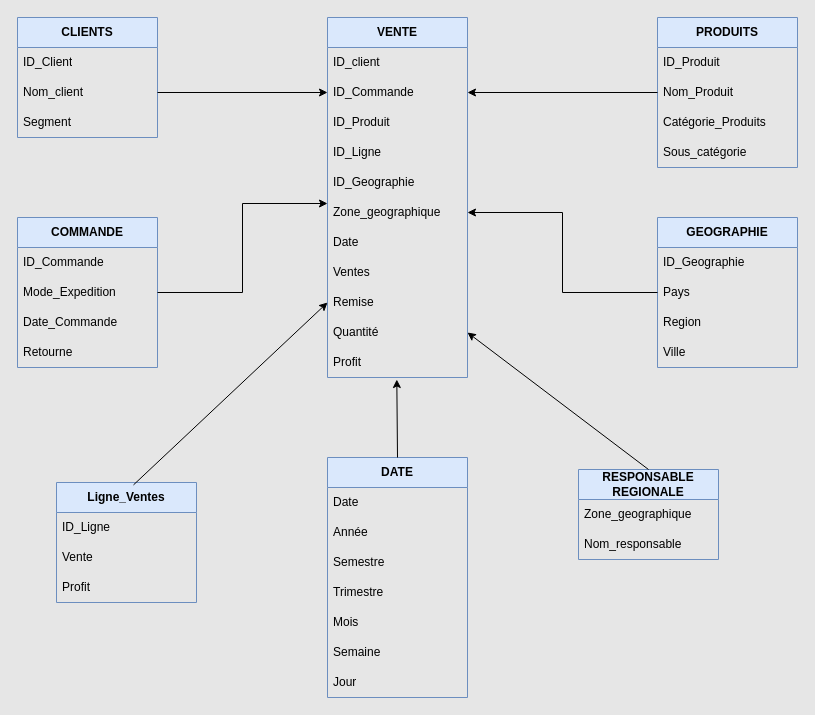
Before: Hypermarket Project/Resources/HypermarketDatamart.drawio in christart-code/BI, a draw.io diagram. Source tidied: cells renumbered, new cells numbered last; positions are measured from the earlier drawing's top-left corner, leaving out a move shared by most shapes. Both pictures are drawn from the tidied source at 100%, with x=0, y=0 at pixel (17, 17).
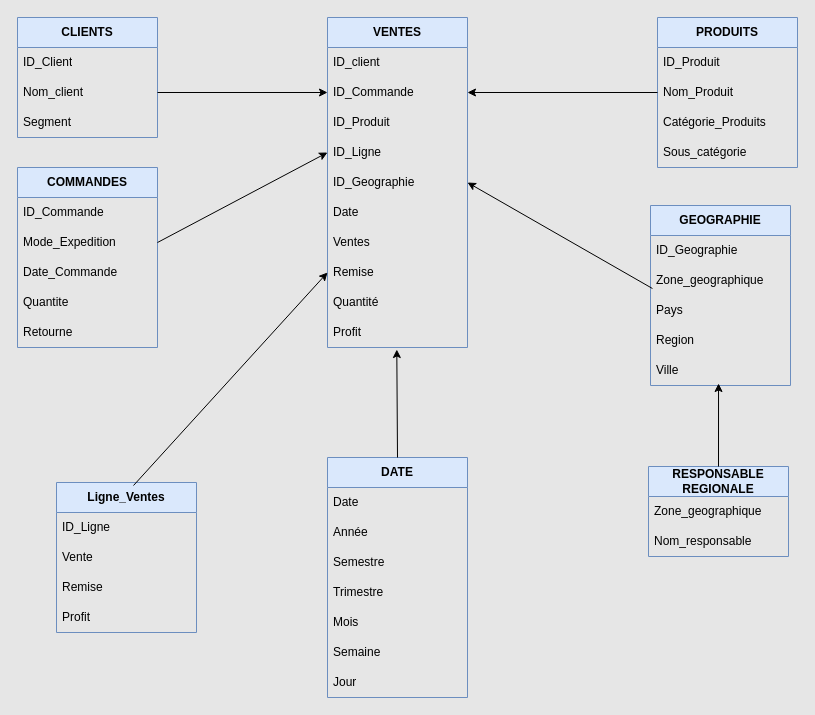
The same page after the edit.

Commit message:
Mettre à jour HypermarketDatamart.drawio

The change refers to these unchanged cells:
```xml
<mxCell id="6" value="ID_Ligne" style="text;strokeColor=none;fillColor=none;align=left;verticalAlign=middle;spacingLeft=4;spacingRight=4;overflow=hidden;points=[[0,0.5],[1,0.5]];portConstraint=eastwest;whiteSpace=wrap;html=1;" parent="2" vertex="1">
  <mxGeometry y="120" width="140" height="30" as="geometry" />
</mxCell>
<mxCell id="7" value="ID_Geographie" style="text;strokeColor=none;fillColor=none;align=left;verticalAlign=middle;spacingLeft=4;spacingRight=4;overflow=hidden;points=[[0,0.5],[1,0.5]];portConstraint=eastwest;whiteSpace=wrap;html=1;" parent="2" vertex="1">
  <mxGeometry y="150" width="140" height="30" as="geometry" />
</mxCell>
<mxCell id="25" value="Mode_Expedition" style="text;strokeColor=none;fillColor=none;align=left;verticalAlign=middle;spacingLeft=4;spacingRight=4;overflow=hidden;points=[[0,0.5],[1,0.5]];portConstraint=eastwest;whiteSpace=wrap;html=1;" parent="23" vertex="1">
  <mxGeometry y="60" width="140" height="30" as="geometry" />
</mxCell>
```

Diff of the diagram source:
```diff
@@
-    <mxCell id="2" value="VENTE" style="swimlane;fontStyle=1;horizontal=1;startSize=30;whiteSpace=wrap;html=1;fillColor=#dae8fc;strokeColor=#6c8ebf;" parent="1" vertex="1">
-      <mxGeometry x="310" width="140" height="360" as="geometry" />
+    <mxCell id="2" value="VENTES" style="swimlane;fontStyle=1;horizontal=1;startSize=30;whiteSpace=wrap;html=1;fillColor=#dae8fc;strokeColor=#6c8ebf;" parent="1" vertex="1">
+      <mxGeometry x="310" width="140" height="330" as="geometry" />
     </mxCell>
@@
-    <mxCell id="8" value="Zone_geographique" style="text;strokeColor=none;fillColor=none;align=left;verticalAlign=middle;spacingLeft=4;spacingRight=4;overflow=hidden;points=[[0,0.5],[1,0.5]];portConstraint=eastwest;whiteSpace=wrap;html=1;" parent="2" vertex="1">
-      <mxGeometry y="180" width="140" height="30" as="geometry" />
-    </mxCell>
     <mxCell id="9" value="Date" style="text;strokeColor=none;fillColor=none;align=left;verticalAlign=middle;spacingLeft=4;spacingRight=4;overflow=hidden;whiteSpace=wrap;html=1;" parent="2" vertex="1">
-      <mxGeometry y="210" width="140" height="30" as="geometry" />
+      <mxGeometry y="180" width="140" height="30" as="geometry" />
     </mxCell>
     <mxCell id="10" value="Ventes" style="text;strokeColor=none;fillColor=none;align=left;verticalAlign=middle;spacingLeft=4;spacingRight=4;overflow=hidden;whiteSpace=wrap;html=1;" parent="2" vertex="1">
-      <mxGeometry y="240" width="140" height="30" as="geometry" />
+      <mxGeometry y="210" width="140" height="30" as="geometry" />
     </mxCell>
     <mxCell id="11" value="Remise" style="text;strokeColor=none;fillColor=none;align=left;verticalAlign=middle;spacingLeft=4;spacingRight=4;overflow=hidden;points=[[0,0.5],[1,0.5]];portConstraint=eastwest;whiteSpace=wrap;html=1;" parent="2" vertex="1">
-      <mxGeometry y="270" width="140" height="30" as="geometry" />
+      <mxGeometry y="240" width="140" height="30" as="geometry" />
     </mxCell>
     <mxCell id="12" value="Quantité" style="text;strokeColor=none;fillColor=none;align=left;verticalAlign=middle;spacingLeft=4;spacingRight=4;overflow=hidden;points=[[0,0.5],[1,0.5]];portConstraint=eastwest;whiteSpace=wrap;html=1;" parent="2" vertex="1">
-      <mxGeometry y="300" width="140" height="30" as="geometry" />
+      <mxGeometry y="270" width="140" height="30" as="geometry" />
     </mxCell>
     <mxCell id="13" value="Profit" style="text;strokeColor=none;fillColor=none;align=left;verticalAlign=middle;spacingLeft=4;spacingRight=4;overflow=hidden;points=[[0,0.5],[1,0.5]];portConstraint=eastwest;whiteSpace=wrap;html=1;" parent="2" vertex="1">
-      <mxGeometry y="330" width="140" height="30" as="geometry" />
+      <mxGeometry y="300" width="140" height="30" as="geometry" />
     </mxCell>
@@
-    <mxCell id="23" value="COMMANDE" style="swimlane;fontStyle=1;horizontal=1;startSize=30;whiteSpace=wrap;html=1;fillColor=#dae8fc;strokeColor=#6c8ebf;" parent="1" vertex="1">
-      <mxGeometry y="200" width="140" height="150" as="geometry" />
+    <mxCell id="23" value="COMMANDES" style="swimlane;fontStyle=1;horizontal=1;startSize=30;whiteSpace=wrap;html=1;fillColor=#dae8fc;strokeColor=#6c8ebf;" parent="1" vertex="1">
+      <mxGeometry y="150" width="140" height="180" as="geometry" />
     </mxCell>
@@
+    <mxCell id="55" value="Quantite" style="text;strokeColor=none;fillColor=none;align=left;verticalAlign=middle;spacingLeft=4;spacingRight=4;overflow=hidden;whiteSpace=wrap;html=1;" parent="23" vertex="1">
+      <mxGeometry y="120" width="140" height="30" as="geometry" />
+    </mxCell>
     <mxCell id="27" value="Retourne" style="text;strokeColor=none;fillColor=none;align=left;verticalAlign=middle;spacingLeft=4;spacingRight=4;overflow=hidden;whiteSpace=wrap;html=1;" parent="23" vertex="1">
-      <mxGeometry y="120" width="140" height="30" as="geometry" />
+      <mxGeometry y="150" width="140" height="30" as="geometry" />
     </mxCell>
     <mxCell id="28" value="GEOGRAPHIE" style="swimlane;fontStyle=1;horizontal=1;startSize=30;whiteSpace=wrap;html=1;fillColor=#dae8fc;strokeColor=#6c8ebf;" parent="1" vertex="1">
-      <mxGeometry x="640" y="200" width="140" height="150" as="geometry" />
+      <mxGeometry x="633" y="188" width="140" height="180" as="geometry" />
     </mxCell>
@@
+    <mxCell id="8" value="Zone_geographique" style="text;strokeColor=none;fillColor=none;align=left;verticalAlign=middle;spacingLeft=4;spacingRight=4;overflow=hidden;points=[[0,0.5],[1,0.5]];portConstraint=eastwest;whiteSpace=wrap;html=1;" parent="28" vertex="1">
+      <mxGeometry y="60" width="140" height="30" as="geometry" />
+    </mxCell>
     <mxCell id="30" value="Pays" style="text;strokeColor=none;fillColor=none;align=left;verticalAlign=middle;spacingLeft=4;spacingRight=4;overflow=hidden;points=[[0,0.5],[1,0.5]];portConstraint=eastwest;whiteSpace=wrap;html=1;" parent="28" vertex="1">
-      <mxGeometry y="60" width="140" height="30" as="geometry" />
+      <mxGeometry y="90" width="140" height="30" as="geometry" />
     </mxCell>
     <mxCell id="31" value="Region" style="text;strokeColor=none;fillColor=none;align=left;verticalAlign=middle;spacingLeft=4;spacingRight=4;overflow=hidden;whiteSpace=wrap;html=1;" parent="28" vertex="1">
-      <mxGeometry y="90" width="140" height="30" as="geometry" />
+      <mxGeometry y="120" width="140" height="30" as="geometry" />
     </mxCell>
     <mxCell id="32" value="Ville" style="text;strokeColor=none;fillColor=none;align=left;verticalAlign=middle;spacingLeft=4;spacingRight=4;overflow=hidden;points=[[0,0.5],[1,0.5]];portConstraint=eastwest;whiteSpace=wrap;html=1;" parent="28" vertex="1">
-      <mxGeometry y="120" width="140" height="30" as="geometry" />
+      <mxGeometry y="150" width="140" height="30" as="geometry" />
     </mxCell>
     <mxCell id="33" value="RESPONSABLE REGIONALE" style="swimlane;fontStyle=1;horizontal=1;startSize=30;whiteSpace=wrap;html=1;fillColor=#dae8fc;strokeColor=#6c8ebf;" parent="1" vertex="1">
-      <mxGeometry x="561" y="452" width="140" height="90" as="geometry" />
+      <mxGeometry x="631" y="449" width="140" height="90" as="geometry" />
     </mxCell>
@@
-    <mxCell id="45" style="edgeStyle=orthogonalEdgeStyle;rounded=0;jettySize=auto;html=1;exitX=1;exitY=0.5;exitDx=0;exitDy=0;entryX=0;entryY=0.2;entryDx=0;entryDy=0;entryPerimeter=0;" parent="1" edge="1" source="25" target="8">
-      <mxGeometry relative="1" as="geometry" />
-    </mxCell>
@@
-    <mxCell id="47" style="edgeStyle=orthogonalEdgeStyle;rounded=0;jettySize=auto;html=1;exitX=0;exitY=0.5;exitDx=0;exitDy=0;entryX=1;entryY=0.5;entryDx=0;entryDy=0;" parent="1" edge="1" source="30" target="8">
-      <mxGeometry relative="1" as="geometry" />
-    </mxCell>
@@
     <mxCell id="49" value="Ligne_Ventes" style="swimlane;fontStyle=1;horizontal=1;startSize=30;whiteSpace=wrap;html=1;fillColor=#dae8fc;strokeColor=#6c8ebf;" parent="1" vertex="1">
-      <mxGeometry x="39" y="465" width="140" height="120" as="geometry" />
+      <mxGeometry x="39" y="465" width="140" height="150" as="geometry" />
     </mxCell>
@@
+    <mxCell id="56" value="Remise" style="text;strokeColor=none;fillColor=none;align=left;verticalAlign=middle;spacingLeft=4;spacingRight=4;overflow=hidden;whiteSpace=wrap;html=1;" parent="49" vertex="1">
+      <mxGeometry y="90" width="140" height="30" as="geometry" />
+    </mxCell>
     <mxCell id="52" value="Profit" style="text;strokeColor=none;fillColor=none;align=left;verticalAlign=middle;spacingLeft=4;spacingRight=4;overflow=hidden;whiteSpace=wrap;html=1;" parent="49" vertex="1">
-      <mxGeometry y="90" width="140" height="30" as="geometry" />
+      <mxGeometry y="120" width="140" height="30" as="geometry" />
     </mxCell>
@@
-    <mxCell id="54" style="endArrow=classic;html=1;rounded=0;exitX=0.5;exitY=0;exitDx=0;exitDy=0;entryX=1;entryY=0.5;entryDx=0;entryDy=0;" parent="1" edge="1" source="33" target="12">
+    <mxCell id="54" style="endArrow=classic;html=1;rounded=0;exitX=0.5;exitY=0;exitDx=0;exitDy=0;entryX=0.486;entryY=0.933;entryDx=0;entryDy=0;entryPerimeter=0;" parent="1" edge="1" source="33" target="32">
       <mxGeometry relative="1" as="geometry" />
     </mxCell>
+    <mxCell id="57" style="endArrow=classic;html=1;rounded=0;exitX=1;exitY=0.5;exitDx=0;exitDy=0;entryX=0;entryY=0.5;entryDx=0;entryDy=0;" parent="1" edge="1" source="25" target="6">
+      <mxGeometry relative="1" as="geometry" />
+    </mxCell>
+    <mxCell id="58" style="endArrow=classic;html=1;rounded=0;entryX=1;entryY=0.5;entryDx=0;entryDy=0;exitX=0.014;exitY=0.767;exitDx=0;exitDy=0;exitPerimeter=0;" parent="1" edge="1" source="8" target="7">
+      <mxGeometry relative="1" as="geometry" />
+    </mxCell>
```
